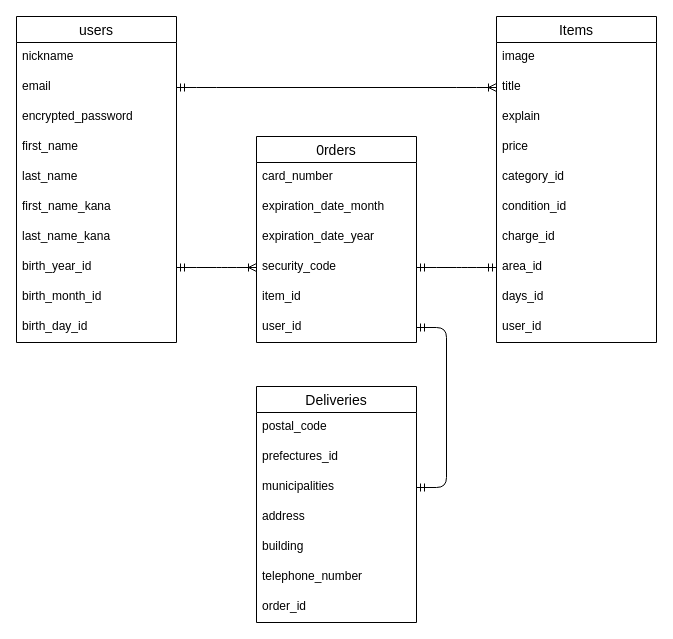
Above: ER.dio in kei-123456789/furima-37977 (draw.io), before the change. Source tidied: cells renumbered, new cells numbered last; positions are measured from the earlier drawing's top-left corner, leaving out a move shared by most shapes. Both pictures are drawn from the tidied source at 100%, with x=0, y=0 at pixel (16, 16).
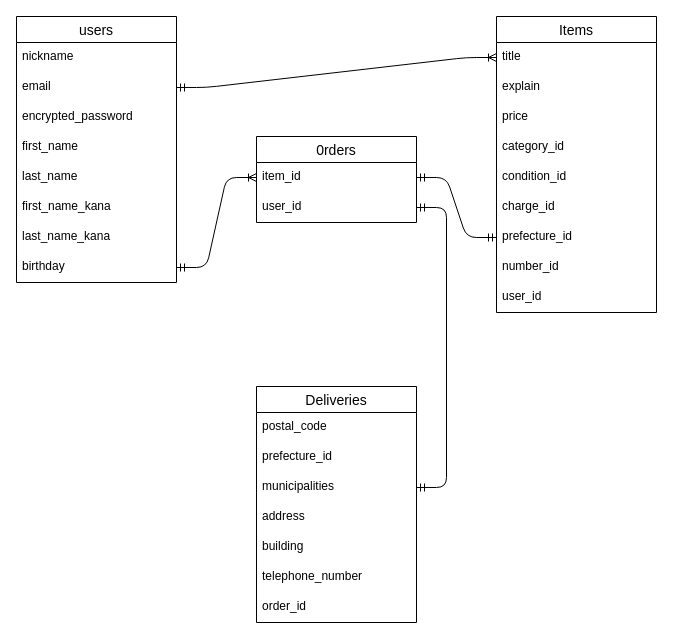
The same page after the edit.

Commit message (it also covers changes not shown here):
データベース設計２

Unchanged cells that the change refers to:
```xml
<mxCell id="31" value="Deliveries" style="swimlane;fontStyle=0;horizontal=1;startSize=26;align=center;fontSize=14;" parent="1" vertex="1">
  <mxGeometry x="240" y="370" width="160" height="236" as="geometry" />
</mxCell>
```

The edit, as a diff of the source:
```diff
@@
     <mxCell id="2" value="users" style="swimlane;fontStyle=0;horizontal=1;startSize=26;align=center;fontSize=14;" parent="1" vertex="1">
-      <mxGeometry width="160" height="326" as="geometry" />
+      <mxGeometry width="160" height="266" as="geometry" />
     </mxCell>
@@
-    <mxCell id="10" value="birth_year_id" style="text;strokeColor=none;fillColor=none;spacingLeft=4;spacingRight=4;overflow=hidden;points=[[0,0.5],[1,0.5]];portConstraint=eastwest;fontSize=12;" parent="2" vertex="1">
+    <mxCell id="10" value="birthday" style="text;strokeColor=none;fillColor=none;spacingLeft=4;spacingRight=4;overflow=hidden;points=[[0,0.5],[1,0.5]];portConstraint=eastwest;fontSize=12;" parent="2" vertex="1">
       <mxGeometry y="236" width="160" height="30" as="geometry" />
     </mxCell>
-    <mxCell id="11" value="birth_month_id" style="text;strokeColor=none;fillColor=none;spacingLeft=4;spacingRight=4;overflow=hidden;fontSize=12;" parent="2" vertex="1">
-      <mxGeometry y="266" width="160" height="30" as="geometry" />
-    </mxCell>
-    <mxCell id="12" value="birth_day_id" style="text;strokeColor=none;fillColor=none;spacingLeft=4;spacingRight=4;overflow=hidden;fontSize=12;" parent="2" vertex="1">
-      <mxGeometry y="296" width="160" height="30" as="geometry" />
-    </mxCell>
     <mxCell id="13" value="Items" style="swimlane;fontStyle=0;horizontal=1;startSize=26;align=center;fontSize=14;" parent="1" vertex="1">
-      <mxGeometry x="480" width="160" height="326" as="geometry" />
+      <mxGeometry x="480" width="160" height="296" as="geometry" />
     </mxCell>
-    <mxCell id="14" value="image" style="text;strokeColor=none;fillColor=none;spacingLeft=4;spacingRight=4;overflow=hidden;fontSize=12;" parent="13" vertex="1">
-      <mxGeometry y="26" width="160" height="30" as="geometry" />
-    </mxCell>
     <mxCell id="15" value="title" style="text;strokeColor=none;fillColor=none;spacingLeft=4;spacingRight=4;overflow=hidden;points=[[0,0.5],[1,0.5]];portConstraint=eastwest;fontSize=12;" parent="13" vertex="1">
-      <mxGeometry y="56" width="160" height="30" as="geometry" />
+      <mxGeometry y="26" width="160" height="30" as="geometry" />
     </mxCell>
     <mxCell id="16" value="explain" style="text;strokeColor=none;fillColor=none;spacingLeft=4;spacingRight=4;overflow=hidden;fontSize=12;" parent="13" vertex="1">
-      <mxGeometry y="86" width="160" height="30" as="geometry" />
+      <mxGeometry y="56" width="160" height="30" as="geometry" />
     </mxCell>
     <mxCell id="17" value="price" style="text;strokeColor=none;fillColor=none;spacingLeft=4;spacingRight=4;overflow=hidden;fontSize=12;" parent="13" vertex="1">
-      <mxGeometry y="116" width="160" height="30" as="geometry" />
+      <mxGeometry y="86" width="160" height="30" as="geometry" />
     </mxCell>
     <mxCell id="18" value="category_id" style="text;strokeColor=none;fillColor=none;spacingLeft=4;spacingRight=4;overflow=hidden;fontSize=12;" parent="13" vertex="1">
-      <mxGeometry y="146" width="160" height="30" as="geometry" />
+      <mxGeometry y="116" width="160" height="30" as="geometry" />
     </mxCell>
     <mxCell id="19" value="condition_id" style="text;strokeColor=none;fillColor=none;spacingLeft=4;spacingRight=4;overflow=hidden;fontSize=12;" parent="13" vertex="1">
-      <mxGeometry y="176" width="160" height="30" as="geometry" />
+      <mxGeometry y="146" width="160" height="30" as="geometry" />
     </mxCell>
     <mxCell id="20" value="charge_id" style="text;strokeColor=none;fillColor=none;spacingLeft=4;spacingRight=4;overflow=hidden;fontSize=12;" parent="13" vertex="1">
-      <mxGeometry y="206" width="160" height="30" as="geometry" />
+      <mxGeometry y="176" width="160" height="30" as="geometry" />
     </mxCell>
-    <mxCell id="21" value="area_id" style="text;strokeColor=none;fillColor=none;spacingLeft=4;spacingRight=4;overflow=hidden;points=[[0,0.5],[1,0.5]];portConstraint=eastwest;fontSize=12;" parent="13" vertex="1">
-      <mxGeometry y="236" width="160" height="30" as="geometry" />
+    <mxCell id="21" value="prefecture_id" style="text;strokeColor=none;fillColor=none;spacingLeft=4;spacingRight=4;overflow=hidden;points=[[0,0.5],[1,0.5]];portConstraint=eastwest;fontSize=12;" parent="13" vertex="1">
+      <mxGeometry y="206" width="160" height="30" as="geometry" />
     </mxCell>
-    <mxCell id="22" value="days_id" style="text;strokeColor=none;fillColor=none;spacingLeft=4;spacingRight=4;overflow=hidden;fontSize=12;" parent="13" vertex="1">
-      <mxGeometry y="266" width="160" height="30" as="geometry" />
+    <mxCell id="22" value="number_id" style="text;strokeColor=none;fillColor=none;spacingLeft=4;spacingRight=4;overflow=hidden;fontSize=12;" parent="13" vertex="1">
+      <mxGeometry y="236" width="160" height="30" as="geometry" />
     </mxCell>
     <mxCell id="23" value="user_id" style="text;strokeColor=none;fillColor=none;spacingLeft=4;spacingRight=4;overflow=hidden;fontSize=12;" parent="13" vertex="1">
-      <mxGeometry y="296" width="160" height="30" as="geometry" />
+      <mxGeometry y="266" width="160" height="30" as="geometry" />
     </mxCell>
     <mxCell id="24" value="0rders" style="swimlane;fontStyle=0;horizontal=1;startSize=26;align=center;fontSize=14;" parent="1" vertex="1">
-      <mxGeometry x="240" y="120" width="160" height="206" as="geometry" />
+      <mxGeometry x="240" y="120" width="160" height="86" as="geometry" />
     </mxCell>
-    <mxCell id="25" value="card_number" style="text;strokeColor=none;fillColor=none;spacingLeft=4;spacingRight=4;overflow=hidden;fontSize=12;" parent="24" vertex="1">
-      <mxGeometry y="26" width="160" height="30" as="geometry" />
-    </mxCell>
-    <mxCell id="26" value="expiration_date_month" style="text;strokeColor=none;fillColor=none;spacingLeft=4;spacingRight=4;overflow=hidden;fontSize=12;" parent="24" vertex="1">
-      <mxGeometry y="56" width="160" height="30" as="geometry" />
-    </mxCell>
-    <mxCell id="27" value="expiration_date_year" style="text;strokeColor=none;fillColor=none;spacingLeft=4;spacingRight=4;overflow=hidden;fontSize=12;" parent="24" vertex="1">
-      <mxGeometry y="86" width="160" height="30" as="geometry" />
-    </mxCell>
-    <mxCell id="28" value="security_code" style="text;strokeColor=none;fillColor=none;spacingLeft=4;spacingRight=4;overflow=hidden;points=[[0,0.5],[1,0.5]];portConstraint=eastwest;fontSize=12;" parent="24" vertex="1">
-      <mxGeometry y="116" width="160" height="30" as="geometry" />
-    </mxCell>
     <mxCell id="29" value="item_id" style="text;strokeColor=none;fillColor=none;spacingLeft=4;spacingRight=4;overflow=hidden;fontSize=12;" parent="24" vertex="1">
-      <mxGeometry y="146" width="160" height="30" as="geometry" />
+      <mxGeometry y="26" width="160" height="30" as="geometry" />
     </mxCell>
     <mxCell id="30" value="user_id" style="text;strokeColor=none;fillColor=none;spacingLeft=4;spacingRight=4;overflow=hidden;points=[[0,0.5],[1,0.5]];portConstraint=eastwest;fontSize=12;" parent="24" vertex="1">
-      <mxGeometry y="176" width="160" height="30" as="geometry" />
+      <mxGeometry y="56" width="160" height="30" as="geometry" />
     </mxCell>
@@
-    <mxCell id="33" value="prefectures_id" style="text;strokeColor=none;fillColor=none;spacingLeft=4;spacingRight=4;overflow=hidden;fontSize=12;" parent="31" vertex="1">
+    <mxCell id="33" value="prefecture_id" style="text;strokeColor=none;fillColor=none;spacingLeft=4;spacingRight=4;overflow=hidden;fontSize=12;" parent="31" vertex="1">
       <mxGeometry y="56" width="160" height="30" as="geometry" />
     </mxCell>
@@
-    <mxCell id="39" style="edgeStyle=entityRelationEdgeStyle;fontSize=12;html=1;endArrow=ERoneToMany;startArrow=ERmandOne;exitX=1;exitY=0.5;exitDx=0;exitDy=0;entryX=0;entryY=0.5;entryDx=0;entryDy=0;" parent="1" edge="1" source="10" target="28">
-      <mxGeometry relative="1" as="geometry" />
+    <mxCell id="39" style="edgeStyle=entityRelationEdgeStyle;fontSize=12;html=1;endArrow=ERoneToMany;startArrow=ERmandOne;exitX=1;exitY=0.5;exitDx=0;exitDy=0;entryX=0;entryY=0.5;entryDx=0;entryDy=0;" parent="1" edge="1" source="10">
+      <mxGeometry relative="1" as="geometry">
+        <mxPoint x="240" y="161" as="targetPoint" />
+      </mxGeometry>
     </mxCell>
@@
-    <mxCell id="41" style="edgeStyle=entityRelationEdgeStyle;fontSize=12;html=1;endArrow=ERmandOne;startArrow=ERmandOne;exitX=1;exitY=0.5;exitDx=0;exitDy=0;entryX=0;entryY=0.5;entryDx=0;entryDy=0;" parent="1" edge="1" source="28" target="21">
-      <mxGeometry relative="1" as="geometry" />
+    <mxCell id="41" style="edgeStyle=entityRelationEdgeStyle;fontSize=12;html=1;endArrow=ERmandOne;startArrow=ERmandOne;exitX=1;exitY=0.5;exitDx=0;exitDy=0;entryX=0;entryY=0.5;entryDx=0;entryDy=0;" parent="1" edge="1" target="21">
+      <mxGeometry relative="1" as="geometry">
+        <mxPoint x="400" y="161" as="sourcePoint" />
+      </mxGeometry>
     </mxCell>
```
